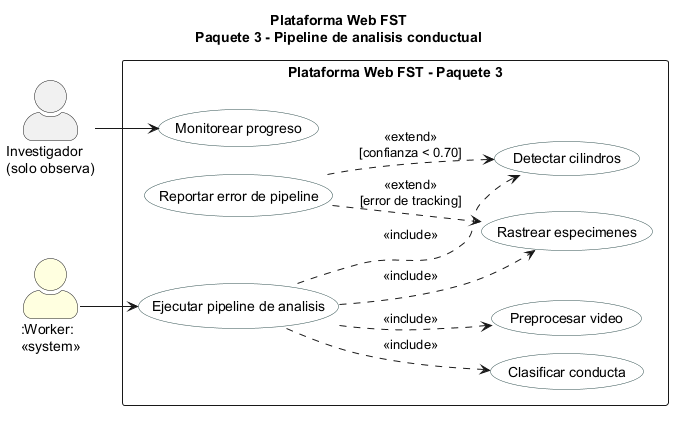
The PlantUML diagram figures/mermaid/cu_paquete3.png in ErickJester/fst-ai-system-latex, before a commit.
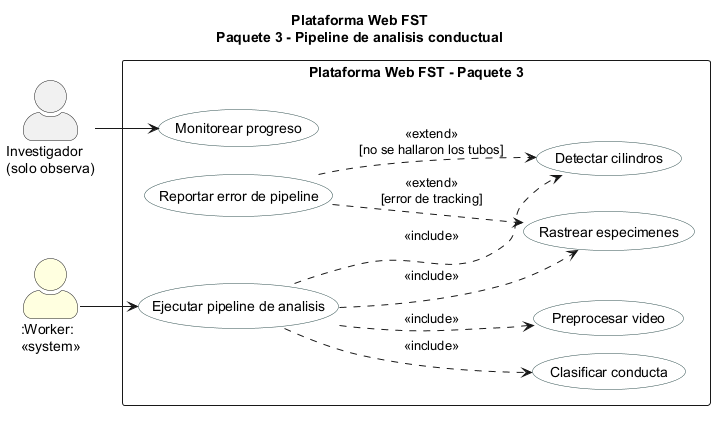
The same diagram one commit later.

What changed in the source:
```diff
@@ -25,6 +25,6 @@
 UC30 ..> UC32 : <<include>>
 UC30 ..> UC33 : <<include>>
 UC30 ..> UC34 : <<include>>
-UC36 ..> UC32 : <<extend>>\n[confianza < 0.70]
+UC36 ..> UC32 : <<extend>>\n[no se hallaron los tubos]
 UC36 ..> UC33 : <<extend>>\n[error de tracking]
 @enduml
```
